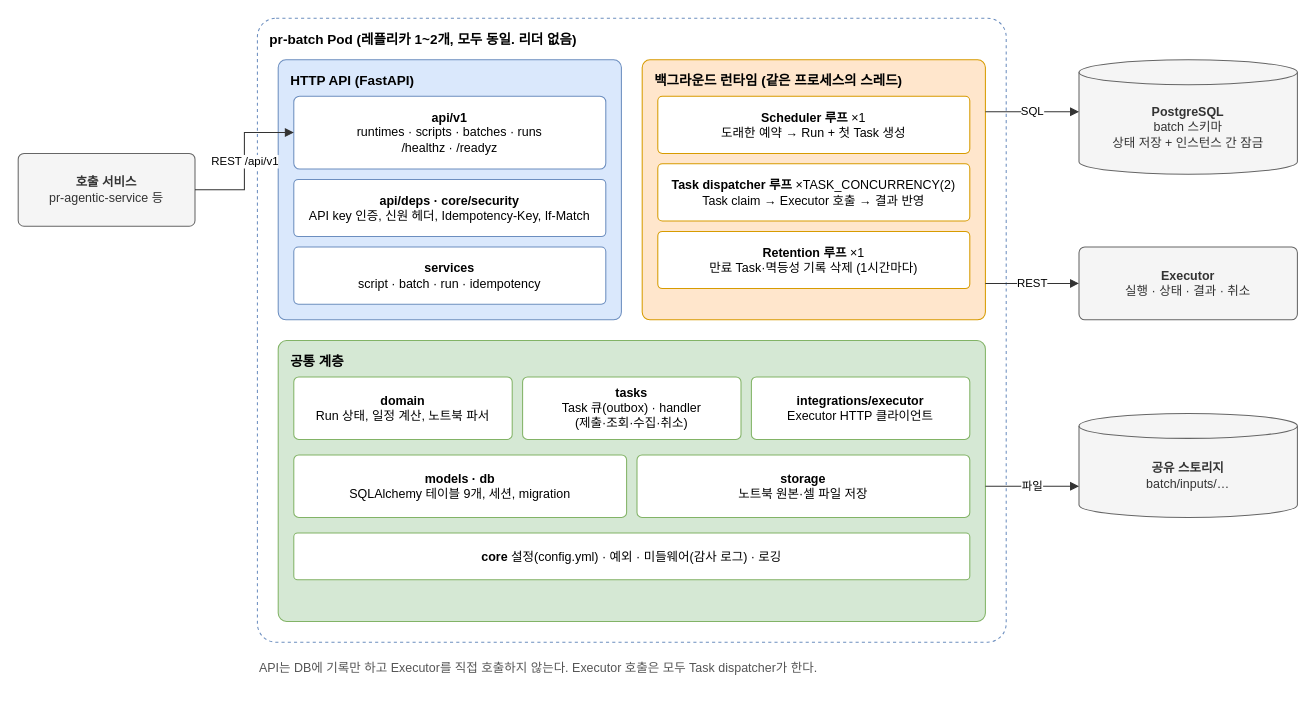
KimHwaJin/pr-batch keeps this draw.io diagram as docs/deliverables/operator-manual/pr-batch_Application구성도.drawio. Above is the earlier version. Source tidied: cells renumbered, new cells numbered last; positions are measured from the earlier drawing's top-left corner, leaving out a move shared by most shapes. Both pictures are drawn from the tidied source at 104%, with x=0, y=0 at pixel (18, 18).
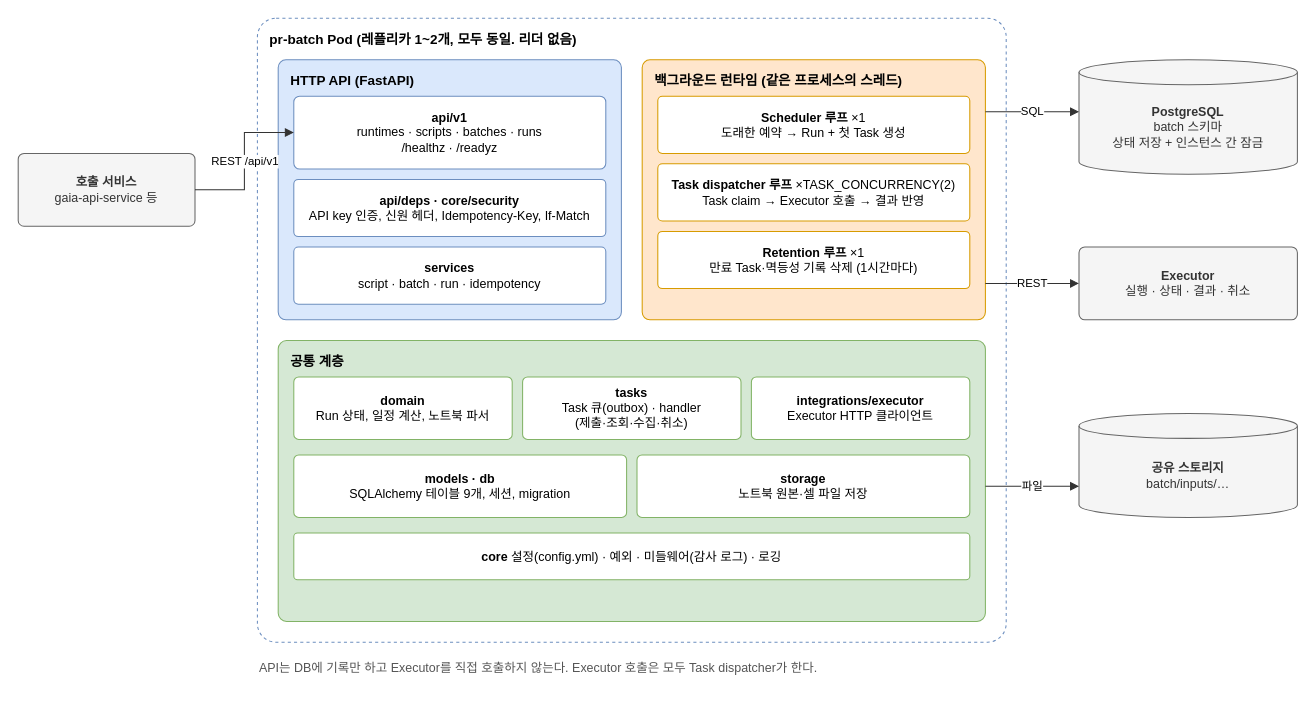
Above is the later version.

What changed in the source:
```diff
@@
-    <mxCell id="2" value="&lt;b&gt;호출 서비스&lt;/b&gt;&lt;br&gt;pr-agentic-service 등" style="rounded=1;arcSize=8;whiteSpace=wrap;html=1;fontSize=12;fillColor=#f5f5f5;strokeColor=#666666;fontColor=#333333;" parent="1" vertex="1">
+    <mxCell id="2" value="&lt;b&gt;호출 서비스&lt;/b&gt;&lt;br&gt;gaia-api-service 등" style="rounded=1;arcSize=8;whiteSpace=wrap;html=1;fontSize=12;fillColor=#f5f5f5;strokeColor=#666666;fontColor=#333333;" parent="1" vertex="1">
       <mxGeometry y="130" width="170" height="70" as="geometry" />
     </mxCell>
```
